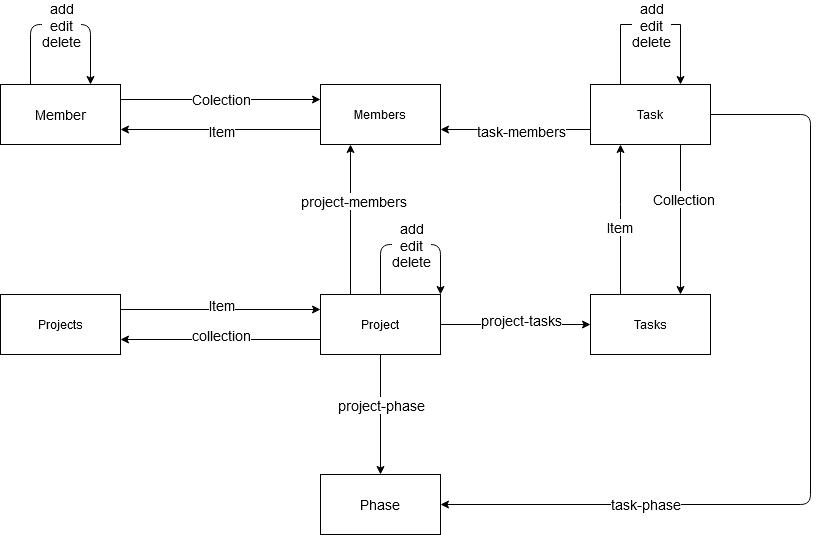
Above: images_folder/state_diagram.png in jruntti20/PWP_jm (draw.io), before the change. Source tidied: cells renumbered, new cells last; positions are measured from the earlier drawing's top-left corner, leaving out a move shared by most shapes.
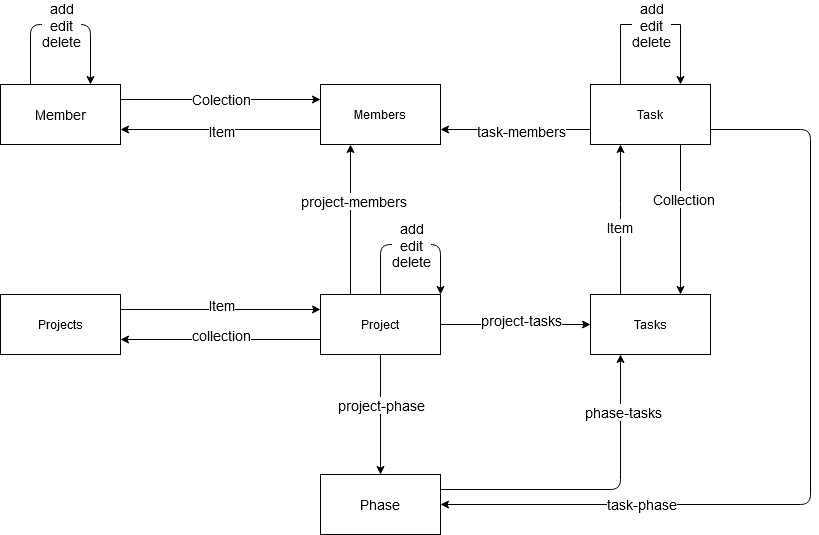
After the commit.

Commit message:
updated the state_diagram

The edit, as a diff of the source:
```diff
@@ -107,10 +107,10 @@
         <mxPoint x="-4" y="7" as="offset" />
       </mxGeometry>
     </mxCell>
-    <mxCell id="28" style="endArrow=classic;html=1;fontSize=14;entryX=1;entryY=0.5;entryDx=0;entryDy=0;exitX=1;exitY=0.5;exitDx=0;exitDy=0;" parent="1" edge="1" source="6" target="25">
+    <mxCell id="28" style="endArrow=classic;html=1;fontSize=14;entryX=1;entryY=0.5;entryDx=0;entryDy=0;exitX=1;exitY=0.75;exitDx=0;exitDy=0;" parent="1" edge="1" source="6" target="25">
       <mxGeometry relative="1" as="geometry">
         <Array as="points">
-          <mxPoint x="810" y="90" />
+          <mxPoint x="810" y="105" />
           <mxPoint x="810" y="480" />
         </Array>
       </mxGeometry>
@@ -155,5 +155,15 @@
         <mxPoint x="-19" y="1" as="offset" />
       </mxGeometry>
     </mxCell>
+    <mxCell id="37" style="endArrow=classic;html=1;exitX=1;exitY=0.25;exitDx=0;exitDy=0;entryX=0.25;entryY=1;entryDx=0;entryDy=0;" parent="1" edge="1" source="25" target="7">
+      <mxGeometry relative="1" as="geometry">
+        <Array as="points">
+          <mxPoint x="620" y="465" />
+        </Array>
+      </mxGeometry>
+    </mxCell>
+    <mxCell id="38" value="&lt;font style=&quot;font-size: 14px&quot;&gt;phase-tasks&lt;/font&gt;" style="edgeLabel;html=1;align=center;verticalAlign=middle;" parent="37" vertex="1">
+      <mxGeometry x="0.64" y="-2" relative="1" as="geometry" />
+    </mxCell>
   </root>
 </mxGraphModel>
```
